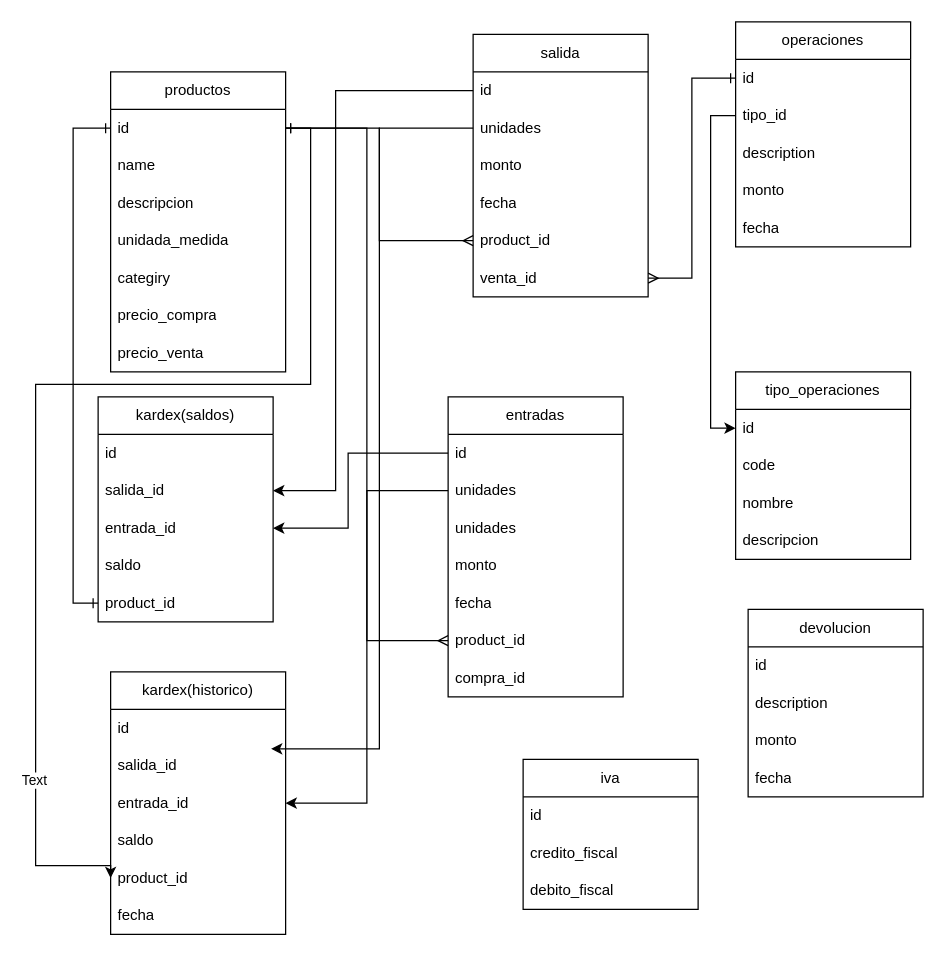
The draw.io diagram sistema_inventarios.drawio in MasterJhonny/diagramas, before the edit. Source tidied: cells renumbered, new cells numbered last; positions are measured from the earlier drawing's top-left corner, leaving out a move shared by most shapes. Both pictures are drawn from the tidied source at 125%, with x=0, y=0 at pixel (35, 21).
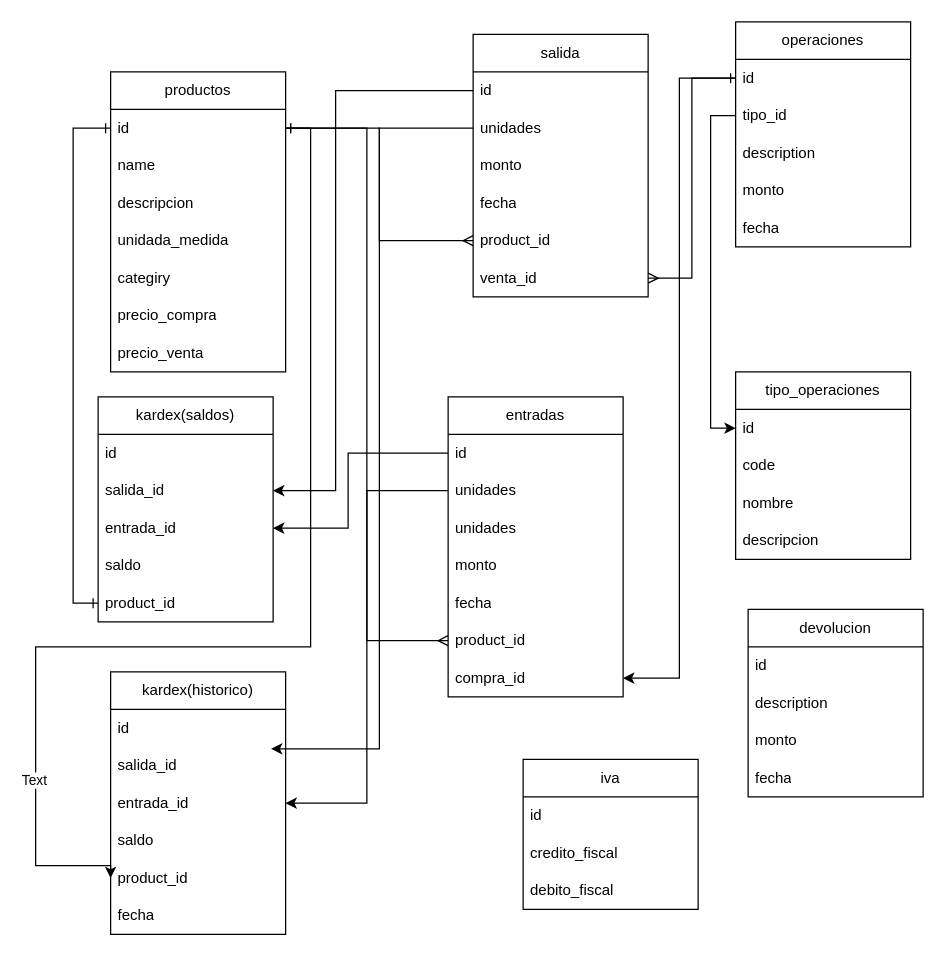
Above is the later version.

Unchanged cells that the change refers to:
```xml
<mxCell id="3" value="id" style="text;strokeColor=none;fillColor=none;align=left;verticalAlign=middle;spacingLeft=4;spacingRight=4;overflow=hidden;points=[[0,0.5],[1,0.5]];portConstraint=eastwest;whiteSpace=wrap;html=1;" parent="2" vertex="1">
  <mxGeometry y="30" width="140" height="30" as="geometry" />
</mxCell>
<mxCell id="11" value="id" style="text;strokeColor=none;fillColor=none;align=left;verticalAlign=middle;spacingLeft=4;spacingRight=4;overflow=hidden;points=[[0,0.5],[1,0.5]];portConstraint=eastwest;whiteSpace=wrap;html=1;" parent="10" vertex="1">
  <mxGeometry y="30" width="140" height="30" as="geometry" />
</mxCell>
<mxCell id="23" value="compra_id" style="text;strokeColor=none;fillColor=none;align=left;verticalAlign=middle;spacingLeft=4;spacingRight=4;overflow=hidden;points=[[0,0.5],[1,0.5]];portConstraint=eastwest;whiteSpace=wrap;html=1;" parent="16" vertex="1">
  <mxGeometry y="210" width="140" height="30" as="geometry" />
</mxCell>
<mxCell id="53" value="product_id" style="text;strokeColor=none;fillColor=none;align=left;verticalAlign=middle;spacingLeft=4;spacingRight=4;overflow=hidden;points=[[0,0.5],[1,0.5]];portConstraint=eastwest;whiteSpace=wrap;html=1;" parent="48" vertex="1">
  <mxGeometry y="150" width="140" height="30" as="geometry" />
</mxCell>
```

Change to the diagram source:
```diff
@@
     <mxCell id="57" style="edgeStyle=orthogonalEdgeStyle;rounded=0;jettySize=auto;html=1;entryX=0;entryY=0.5;entryDx=0;entryDy=0;" parent="1" edge="1" source="3" target="53">
       <mxGeometry relative="1" as="geometry">
         <Array as="points">
           <mxPoint x="220" y="85" />
-          <mxPoint x="220" y="290" />
-          <mxPoint y="290" />
+          <mxPoint x="220" y="500" />
+          <mxPoint y="500" />
           <mxPoint y="675" />
+          <mxPoint x="60" y="675" />
         </Array>
       </mxGeometry>
     </mxCell>
@@
+    <mxCell id="69" style="edgeStyle=orthogonalEdgeStyle;rounded=0;jettySize=auto;html=1;entryX=1;entryY=0.5;entryDx=0;entryDy=0;" parent="1" edge="1" source="11" target="23">
+      <mxGeometry relative="1" as="geometry" />
+    </mxCell>
```
